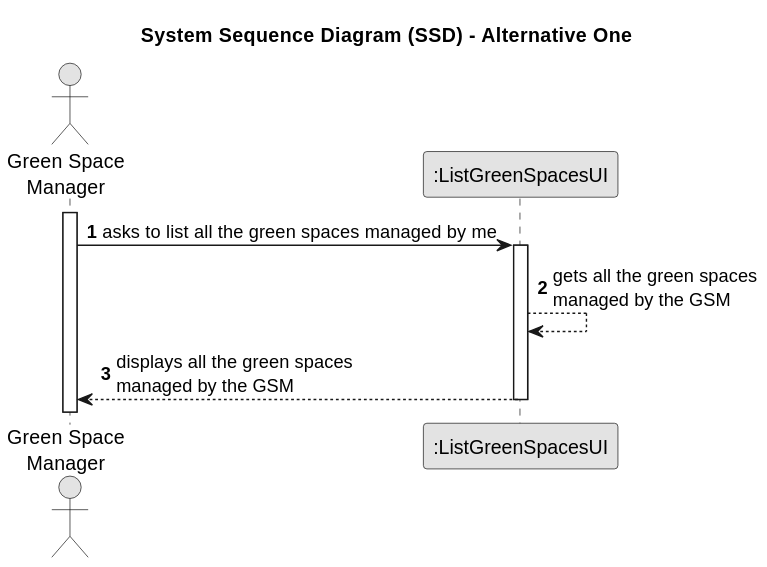
Earlier version of the PlantUML export docs/sprintC/us027/01.requirements-engineering/svg/us027-system-sequence-diagram.svg (Rui-San/LAPR2_2023_2024). Its diagram source:
```plantuml
@startuml
skinparam monochrome true
skinparam packageStyle rectangle
skinparam shadowing false

title System Sequence Diagram (SSD) - Alternative One

autonumber

actor "Green Space\nManager" as GSM
participant ":ListGreenSpacesUI" as UI

activate GSM

    GSM -> UI : asks to list all the green spaces managed by me
    activate UI

        UI --> UI : gets all the green spaces\nmanaged by the GSM
        UI --> GSM : displays all the green spaces\nmanaged by the GSM
    deactivate UI
@enduml
```
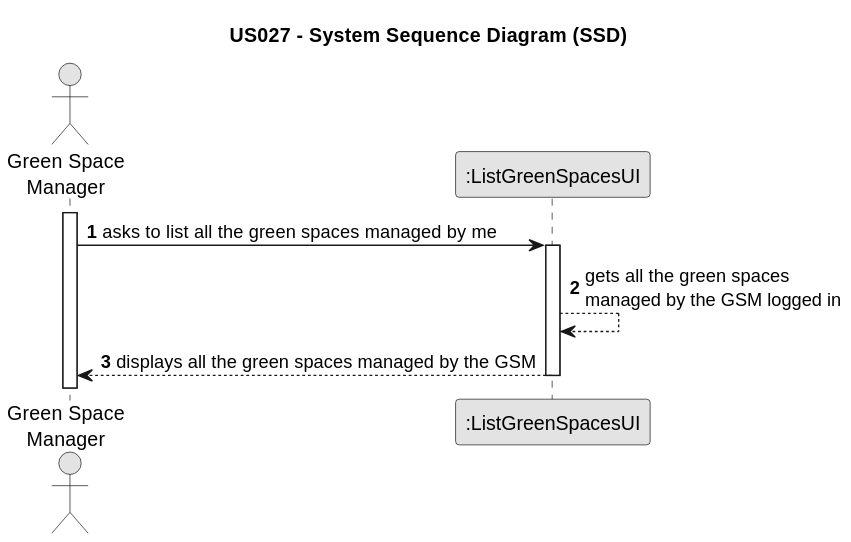
After the commit.

Commit message:
US27: Update on Sequence Diagram

The edit, as a diff of the source:
```diff
@@ -3,7 +3,7 @@
 skinparam packageStyle rectangle
 skinparam shadowing false
 
-title System Sequence Diagram (SSD) - Alternative One
+title US027 - System Sequence Diagram (SSD)
 
 autonumber
 
@@ -15,7 +15,7 @@
     GSM -> UI : asks to list all the green spaces managed by me
     activate UI
 
-        UI --> UI : gets all the green spaces\nmanaged by the GSM
-        UI --> GSM : displays all the green spaces\nmanaged by the GSM
+        UI --> UI : gets all the green spaces\nmanaged by the GSM logged in
+        UI --> GSM : displays all the green spaces managed by the GSM
     deactivate UI
 @enduml
```
